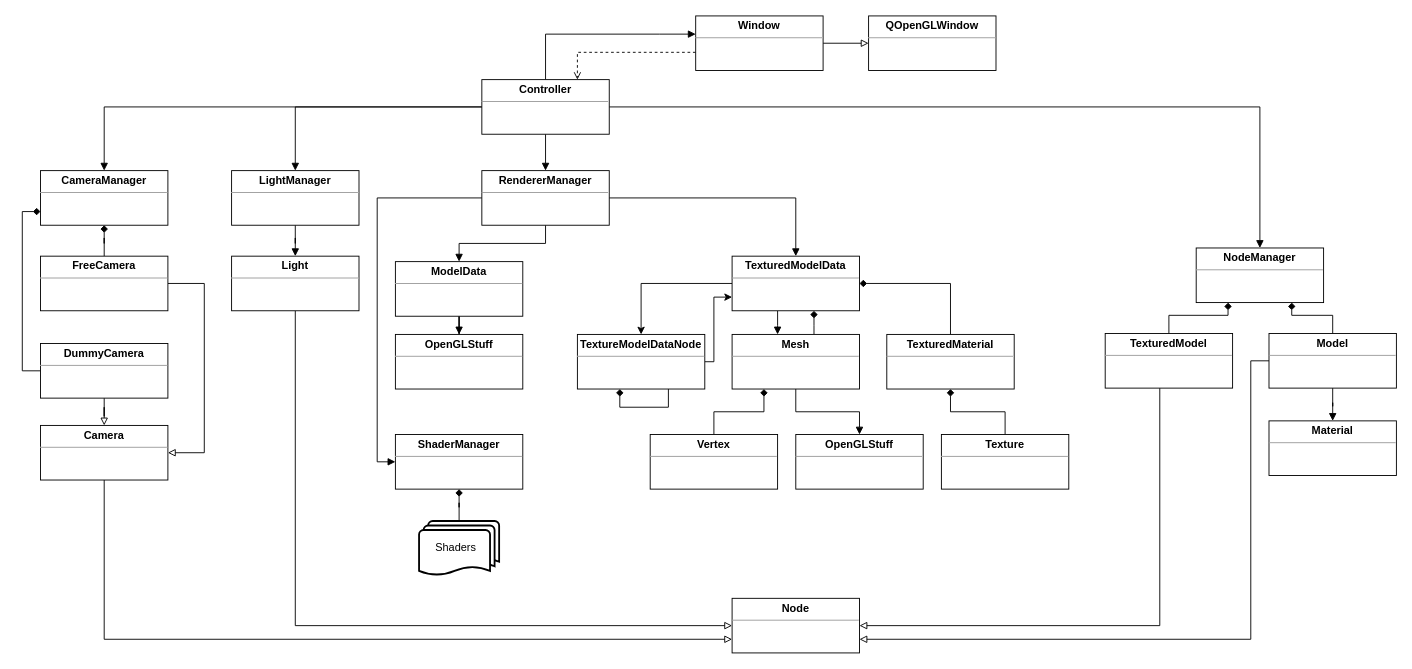
Before: UML.drawio in MAPSWorks/CanavarGraphicsEngine, a draw.io diagram. Source tidied: cells renumbered, new cells numbered last; positions are measured from the earlier drawing's top-left corner, leaving out a move shared by most shapes. Both pictures are drawn from the tidied source at 91%, with x=0, y=0 at pixel (22, 15).
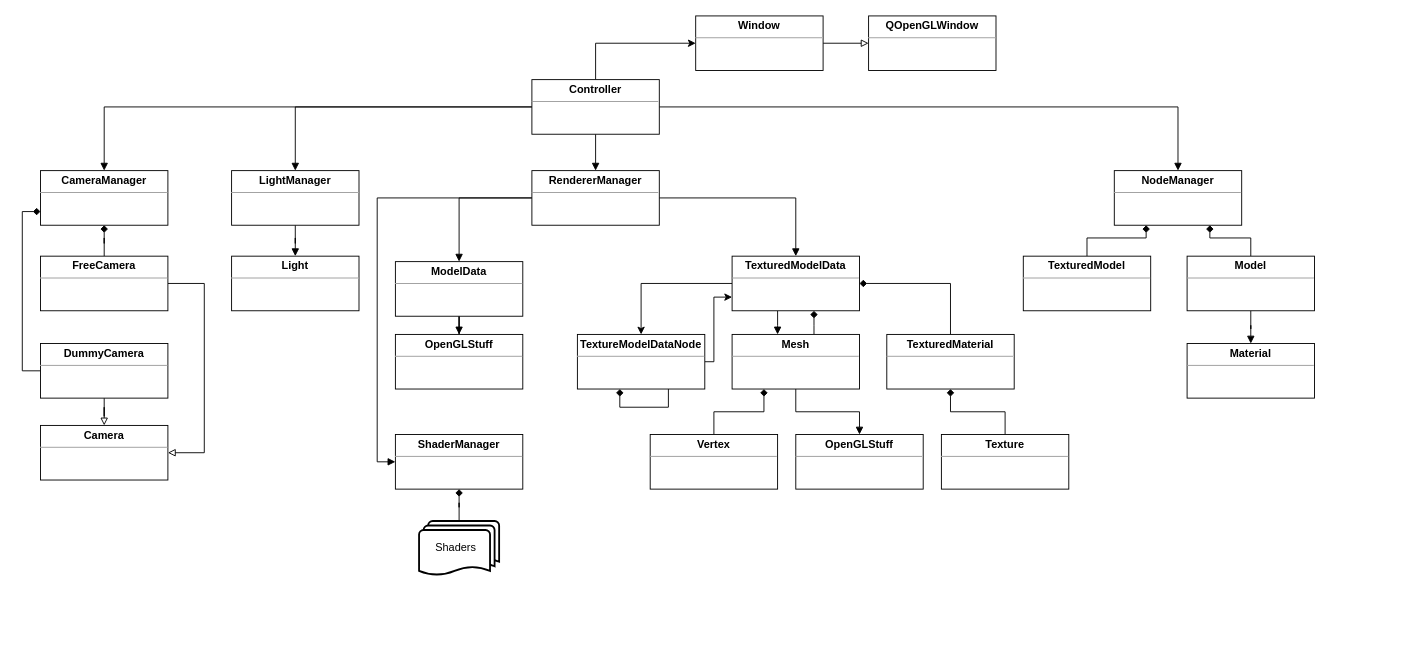
Above is the later version.

Commit message (it also covers changes not shown here):
UML diagram is updated.

The change refers to these unchanged cells:
```xml
<mxCell id="10" value="&lt;p style=&quot;margin:0px;margin-top:4px;text-align:center;&quot;&gt;&lt;b&gt;Window&lt;/b&gt;&lt;/p&gt;&lt;hr size=&quot;1&quot;&gt;&lt;div style=&quot;height:2px;&quot;&gt;&lt;/div&gt;" style="verticalAlign=top;align=left;overflow=fill;fontSize=12;fontFamily=Helvetica;html=1;rounded=0;" parent="1" vertex="1">
  <mxGeometry x="740" width="140" height="60" as="geometry" />
</mxCell>
<mxCell id="27" value="&lt;p style=&quot;margin:0px;margin-top:4px;text-align:center;&quot;&gt;&lt;b&gt;Camera&lt;/b&gt;&lt;/p&gt;&lt;hr size=&quot;1&quot;&gt;&lt;div style=&quot;height:2px;&quot;&gt;&lt;/div&gt;" style="verticalAlign=top;align=left;overflow=fill;fontSize=12;fontFamily=Helvetica;html=1;rounded=0;" parent="1" vertex="1">
  <mxGeometry x="20" y="450" width="140" height="60" as="geometry" />
</mxCell>
<mxCell id="29" value="&lt;p style=&quot;margin:0px;margin-top:4px;text-align:center;&quot;&gt;&lt;b&gt;Light&lt;/b&gt;&lt;/p&gt;&lt;hr size=&quot;1&quot;&gt;&lt;div style=&quot;height:2px;&quot;&gt;&lt;/div&gt;" style="verticalAlign=top;align=left;overflow=fill;fontSize=12;fontFamily=Helvetica;html=1;rounded=0;" parent="1" vertex="1">
  <mxGeometry x="230" y="264" width="140" height="60" as="geometry" />
</mxCell>
```

What changed in the source:
```diff
@@
-    <mxCell id="2" style="edgeStyle=orthogonalEdgeStyle;rounded=0;jettySize=auto;html=1;endArrow=block;endFill=1;" parent="1" edge="1" source="7">
-      <mxGeometry relative="1" as="geometry">
-        <mxPoint x="740" y="20" as="targetPoint" />
-        <Array as="points">
-          <mxPoint x="700" y="20" />
-          <mxPoint x="700" y="20" />
-        </Array>
-      </mxGeometry>
-    </mxCell>
@@
+    <mxCell id="61" style="edgeStyle=orthogonalEdgeStyle;rounded=0;jettySize=auto;html=1;entryX=0;entryY=0.5;entryDx=0;entryDy=0;" parent="1" edge="1" source="7" target="10">
+      <mxGeometry relative="1" as="geometry">
+        <Array as="points">
+          <mxPoint x="630" y="30" />
+        </Array>
+      </mxGeometry>
+    </mxCell>
     <mxCell id="7" value="&lt;p style=&quot;margin:0px;margin-top:4px;text-align:center;&quot;&gt;&lt;b&gt;Controller&lt;/b&gt;&lt;/p&gt;&lt;hr size=&quot;1&quot;&gt;&lt;div style=&quot;height:2px;&quot;&gt;&lt;/div&gt;" style="verticalAlign=top;align=left;overflow=fill;fontSize=12;fontFamily=Helvetica;html=1;rounded=0;" parent="1" vertex="1">
-      <mxGeometry x="505" y="70" width="140" height="60" as="geometry" />
+      <mxGeometry x="560" y="70" width="140" height="60" as="geometry" />
     </mxCell>
@@
-    <mxCell id="9" style="edgeStyle=orthogonalEdgeStyle;rounded=0;jettySize=auto;html=1;entryX=0.75;entryY=0;entryDx=0;entryDy=0;endArrow=open;endFill=0;dashed=1;" parent="1" edge="1" source="10" target="7">
-      <mxGeometry relative="1" as="geometry">
-        <Array as="points">
-          <mxPoint x="610" y="40" />
-        </Array>
-      </mxGeometry>
-    </mxCell>
@@
     <mxCell id="15" value="&lt;p style=&quot;margin:0px;margin-top:4px;text-align:center;&quot;&gt;&lt;b&gt;NodeManager&lt;/b&gt;&lt;/p&gt;&lt;hr size=&quot;1&quot;&gt;&lt;div style=&quot;height:2px;&quot;&gt;&lt;/div&gt;" style="verticalAlign=top;align=left;overflow=fill;fontSize=12;fontFamily=Helvetica;html=1;rounded=0;" parent="1" vertex="1">
-      <mxGeometry x="1290" y="255" width="140" height="60" as="geometry" />
+      <mxGeometry x="1200" y="170" width="140" height="60" as="geometry" />
     </mxCell>
@@
     <mxCell id="19" value="&lt;p style=&quot;margin:0px;margin-top:4px;text-align:center;&quot;&gt;&lt;b&gt;RendererManager&lt;/b&gt;&lt;/p&gt;&lt;hr size=&quot;1&quot;&gt;&lt;div style=&quot;height:2px;&quot;&gt;&lt;/div&gt;" style="verticalAlign=top;align=left;overflow=fill;fontSize=12;fontFamily=Helvetica;html=1;rounded=0;" parent="1" vertex="1">
-      <mxGeometry x="505" y="170" width="140" height="60" as="geometry" />
+      <mxGeometry x="560" y="170" width="140" height="60" as="geometry" />
     </mxCell>
@@
-    <mxCell id="26" style="edgeStyle=orthogonalEdgeStyle;rounded=0;jettySize=auto;html=1;entryX=0;entryY=0.75;entryDx=0;entryDy=0;startArrow=none;startFill=0;endArrow=block;endFill=0;" parent="1" edge="1" source="27" target="60">
-      <mxGeometry relative="1" as="geometry">
-        <Array as="points">
-          <mxPoint x="90" y="685" />
-        </Array>
-      </mxGeometry>
-    </mxCell>
@@
-    <mxCell id="28" style="edgeStyle=orthogonalEdgeStyle;rounded=0;jettySize=auto;html=1;entryX=0;entryY=0.5;entryDx=0;entryDy=0;startArrow=none;startFill=0;endArrow=block;endFill=0;" parent="1" edge="1" source="29" target="60">
-      <mxGeometry relative="1" as="geometry">
-        <Array as="points">
-          <mxPoint x="300" y="670" />
-        </Array>
-      </mxGeometry>
-    </mxCell>
@@
-    <mxCell id="36" style="edgeStyle=orthogonalEdgeStyle;rounded=0;jettySize=auto;html=1;entryX=1;entryY=0.75;entryDx=0;entryDy=0;startArrow=none;startFill=0;endArrow=block;endFill=0;" parent="1" edge="1" source="38" target="60">
-      <mxGeometry relative="1" as="geometry">
-        <Array as="points">
-          <mxPoint x="1350" y="379" />
-          <mxPoint x="1350" y="685" />
-        </Array>
-      </mxGeometry>
-    </mxCell>
@@
     <mxCell id="38" value="&lt;p style=&quot;margin:0px;margin-top:4px;text-align:center;&quot;&gt;&lt;span&gt;Model&lt;/span&gt;&lt;/p&gt;&lt;hr size=&quot;1&quot;&gt;&lt;div style=&quot;height:2px;&quot;&gt;&lt;/div&gt;" style="verticalAlign=top;align=left;overflow=fill;fontSize=12;fontFamily=Helvetica;html=1;fontStyle=1;rounded=0;" parent="1" vertex="1">
-      <mxGeometry x="1370" y="349" width="140" height="60" as="geometry" />
+      <mxGeometry x="1280" y="264" width="140" height="60" as="geometry" />
     </mxCell>
     <mxCell id="39" value="&lt;p style=&quot;margin:0px;margin-top:4px;text-align:center;&quot;&gt;&lt;b&gt;Material&lt;/b&gt;&lt;/p&gt;&lt;hr size=&quot;1&quot;&gt;&lt;div style=&quot;height:2px;&quot;&gt;&lt;/div&gt;" style="verticalAlign=top;align=left;overflow=fill;fontSize=12;fontFamily=Helvetica;html=1;rounded=0;" parent="1" vertex="1">
-      <mxGeometry x="1370" y="445" width="140" height="60" as="geometry" />
+      <mxGeometry x="1280" y="360" width="140" height="60" as="geometry" />
     </mxCell>
@@
-    <mxCell id="57" style="edgeStyle=orthogonalEdgeStyle;rounded=0;jettySize=auto;html=1;entryX=1;entryY=0.5;entryDx=0;entryDy=0;startArrow=none;startFill=0;endArrow=block;endFill=0;" parent="1" edge="1" source="59" target="60">
-      <mxGeometry relative="1" as="geometry">
-        <Array as="points">
-          <mxPoint x="1250" y="670" />
-        </Array>
-      </mxGeometry>
-    </mxCell>
@@
     <mxCell id="59" value="&lt;p style=&quot;margin:0px;margin-top:4px;text-align:center;&quot;&gt;&lt;span&gt;TexturedModel&lt;/span&gt;&lt;/p&gt;&lt;hr size=&quot;1&quot;&gt;&lt;div style=&quot;height:2px;&quot;&gt;&lt;/div&gt;" style="verticalAlign=top;align=left;overflow=fill;fontSize=12;fontFamily=Helvetica;html=1;fontStyle=1;rounded=0;" parent="1" vertex="1">
-      <mxGeometry x="1190" y="349" width="140" height="60" as="geometry" />
+      <mxGeometry x="1100" y="264" width="140" height="60" as="geometry" />
     </mxCell>
-    <mxCell id="60" value="&lt;p style=&quot;margin:0px;margin-top:4px;text-align:center;&quot;&gt;&lt;b&gt;Node&lt;/b&gt;&lt;/p&gt;&lt;hr size=&quot;1&quot;&gt;&lt;div style=&quot;height:2px;&quot;&gt;&lt;/div&gt;" style="verticalAlign=top;align=left;overflow=fill;fontSize=12;fontFamily=Helvetica;html=1;rounded=0;" parent="1" vertex="1">
-      <mxGeometry x="780" y="640" width="140" height="60" as="geometry" />
-    </mxCell>
```
